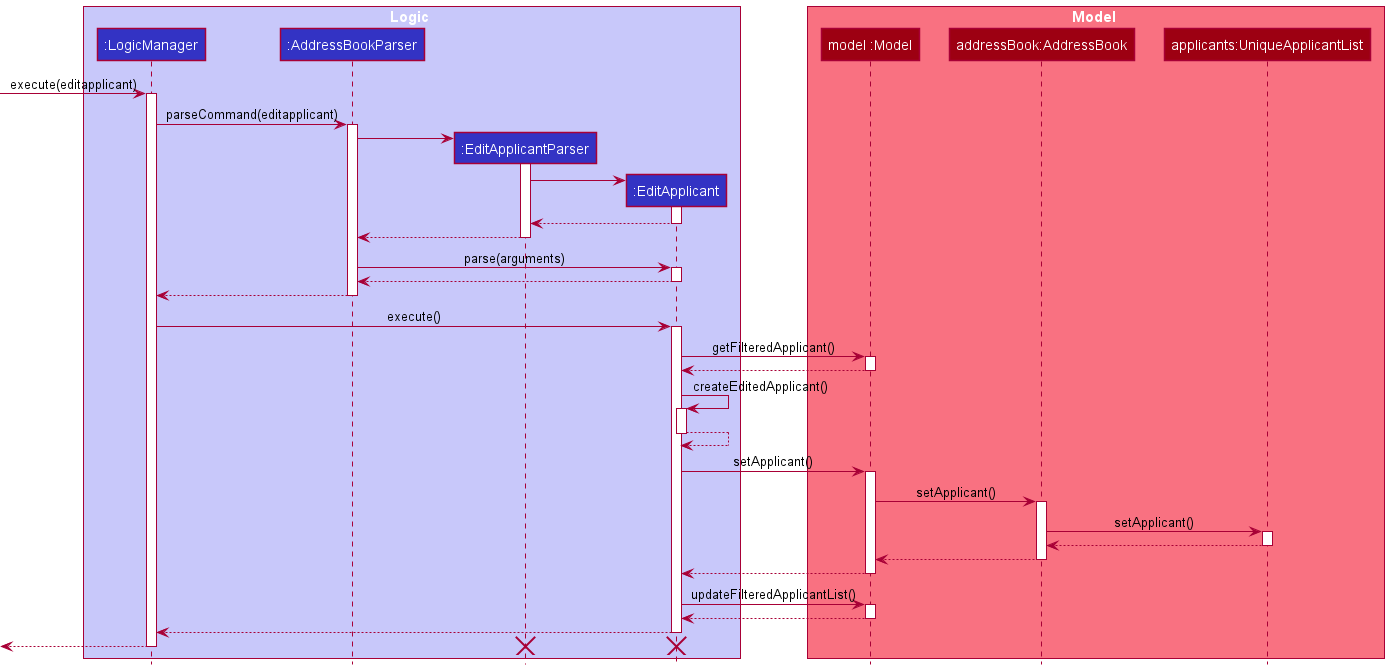
seanleong339/tp keeps this PlantUML diagram as docs/images/EditApplicantSequenceDiagram.png. Above is the earlier version.
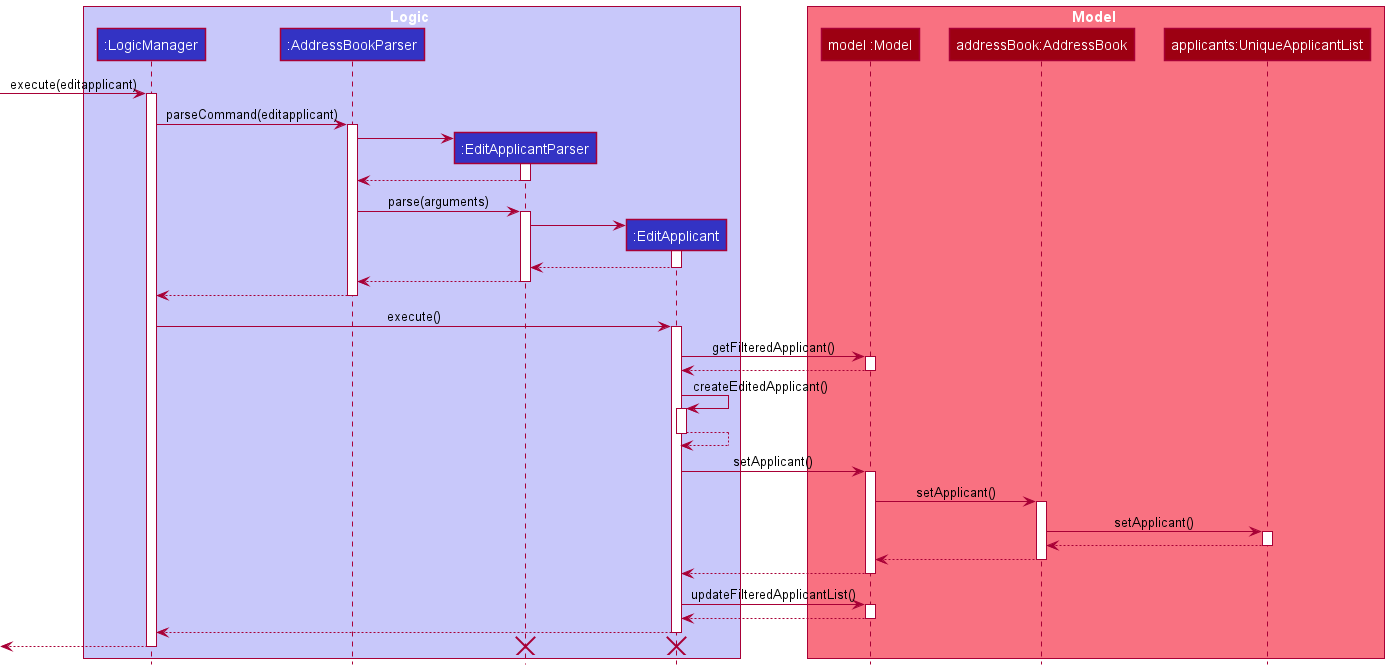
Above is the later version.

Commit message:
Update Sequence Diagram for EditApplicant implementation

Diff of the diagram source:
```diff
@@ -24,6 +24,12 @@
 AddressBookParser -> EditApplicantParser
 activate EditApplicantParser
 
+EditApplicantParser --> AddressBookParser
+deactivate EditApplicantParser
+
+AddressBookParser -> EditApplicantParser : parse(arguments)
+activate EditApplicantParser
+
 create EditApplicant
 EditApplicantParser -> EditApplicant
 activate EditApplicant
@@ -34,15 +40,8 @@
 EditApplicantParser --> AddressBookParser
 deactivate EditApplicantParser
 
-AddressBookParser -> EditApplicant : parse(arguments)
-activate EditApplicant
-
-EditApplicant --> AddressBookParser
-deactivate EditApplicant
-
 AddressBookParser --> LogicManager
 deactivate AddressBookParser
-
 
 LogicManager -> EditApplicant : execute()
 activate EditApplicant
```
